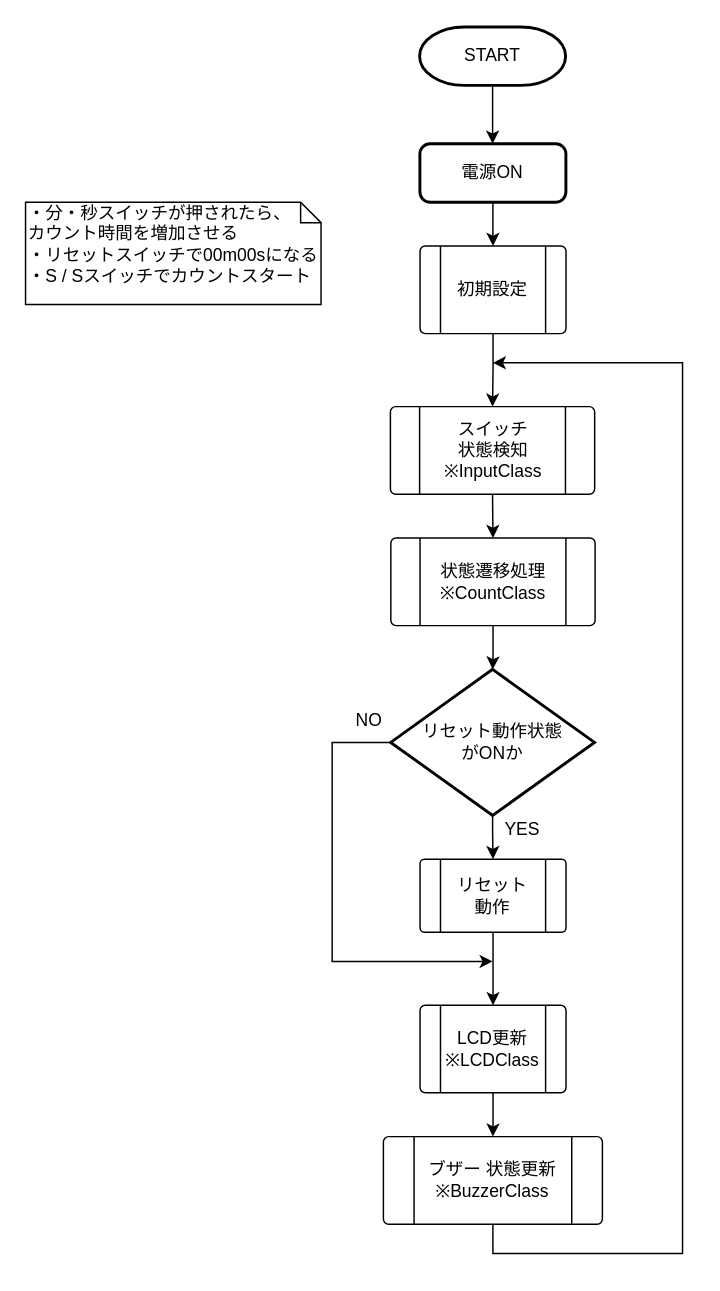
This is page "main" (1 of 5) of 資料/設計/フローチャート/flowchart_main_v0.41.drawio from hakohumi/comp.Kitchen_Timer, a draw.io file, before an edit. Source tidied: cells renumbered, new cells numbered last; positions are measured from the earlier drawing's top-left corner, leaving out a move shared by most shapes. Both pictures are drawn from the tidied source at 146%, with x=0, y=0 at pixel (25, 26).
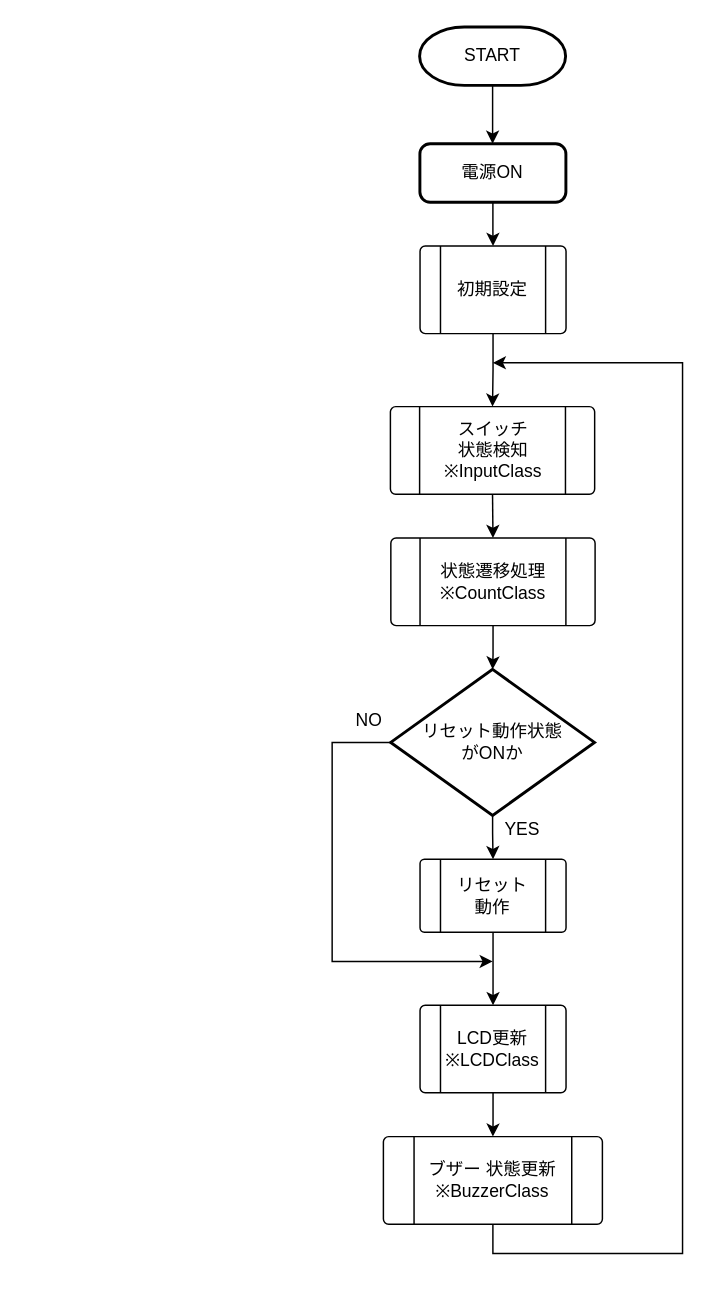
After the change.

Diff of the diagram source:
```diff
@@
-    <mxCell id="2" value="・分・秒スイッチが押されたら、&lt;br&gt;カウント時間を増加させる&lt;br&gt;・リセットスイッチで00m00sになる&lt;br&gt;・S / Sスイッチでカウントスタート" style="shape=note;whiteSpace=wrap;html=1;size=14;verticalAlign=top;align=left;spacingTop=-6;" parent="1" vertex="1">
-      <mxGeometry y="120" width="202.4" height="70" as="geometry" />
-    </mxCell>
```
